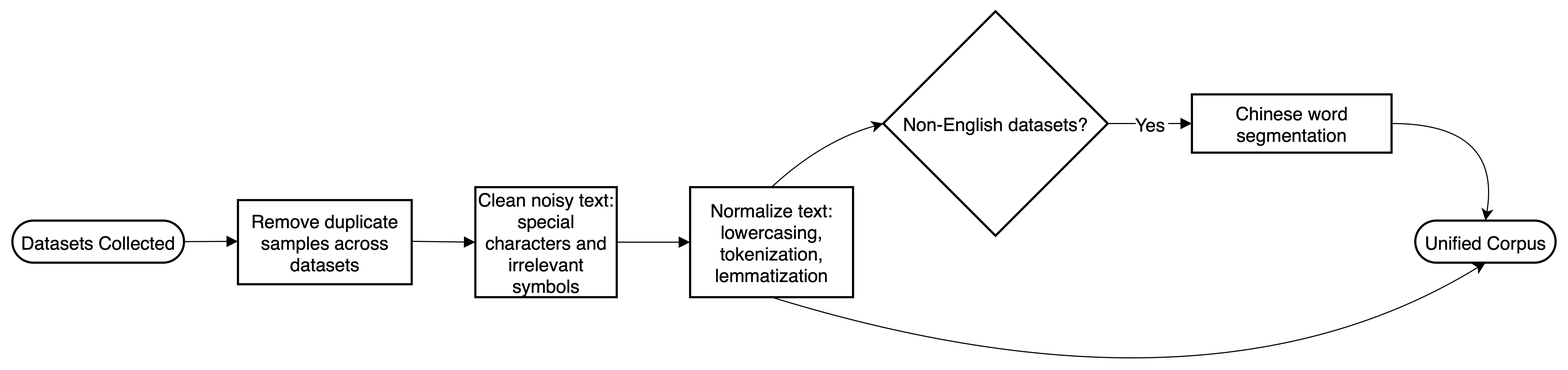
ppipppiu/thesis keeps this draw.io diagram as chart/chapter 3/3.4.drawio.png. Above is the earlier version. Source tidied: cells renumbered, new cells last; positions are measured from the earlier drawing's top-left corner, leaving out a move shared by most shapes.
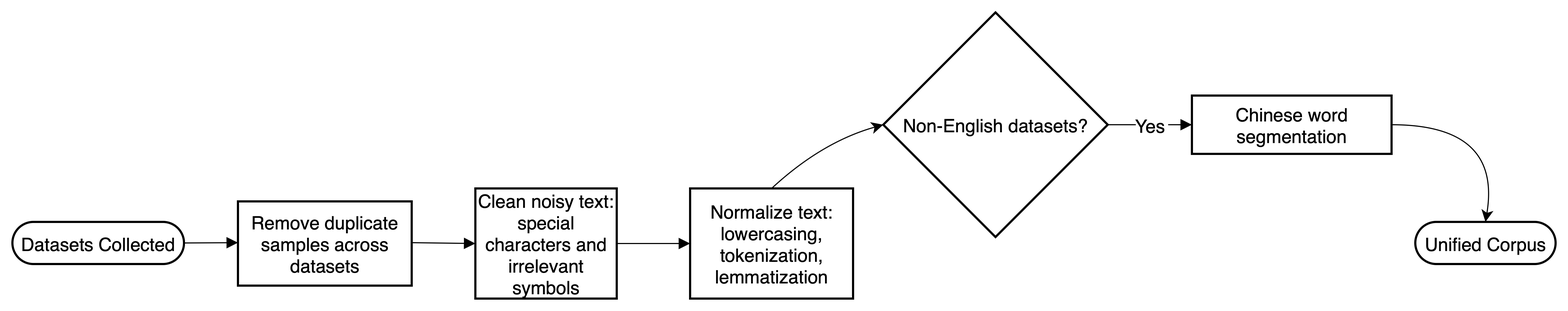
After the commit.

What changed in the source:
```diff
@@ -18,13 +18,6 @@
         </Array>
       </mxGeometry>
     </mxCell>
-    <mxCell id="6" style="edgeStyle=none;curved=1;rounded=0;jettySize=auto;html=1;exitX=0.5;exitY=1;exitDx=0;exitDy=0;entryX=0.5;entryY=1;entryDx=0;entryDy=0;fontSize=17;startSize=8;endSize=8;" parent="1" edge="1" source="7" target="11">
-      <mxGeometry relative="1" as="geometry">
-        <Array as="points">
-          <mxPoint x="1110" y="390" />
-        </Array>
-      </mxGeometry>
-    </mxCell>
     <mxCell id="7" value="Normalize text: lowercasing, tokenization, lemmatization" style="whiteSpace=wrap;strokeWidth=2;fontSize=17;" parent="1" vertex="1">
       <mxGeometry x="628" y="163" width="151" height="102" as="geometry" />
     </mxCell>
```
